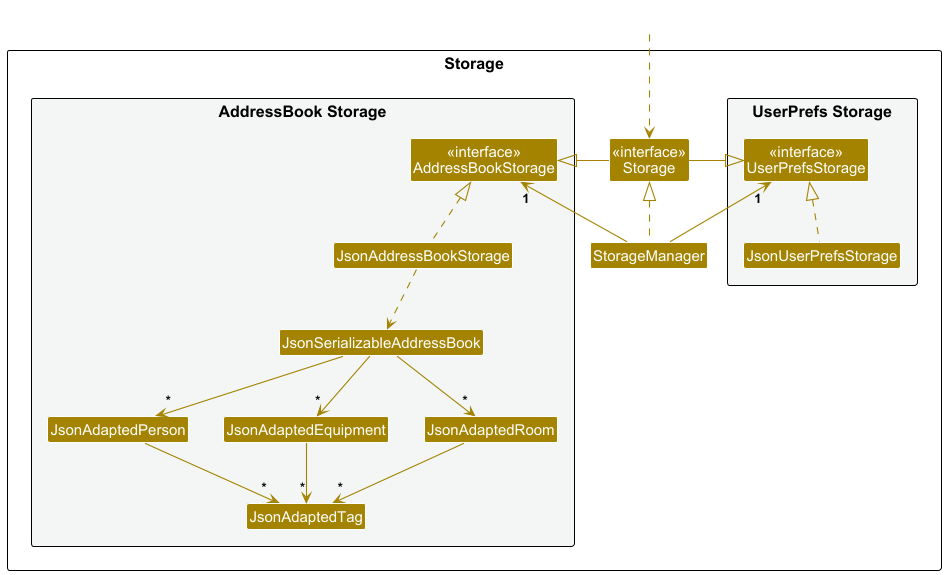
Above: docs/images/StorageClassDiagram.png in OnlyTheEnd/tp (PlantUML), before the change. Source of this version:
```plantuml
@startuml
!include style.puml
skinparam arrowThickness 1.1
skinparam arrowColor STORAGE_COLOR
skinparam classBackgroundColor STORAGE_COLOR

package Storage as StoragePackage {

package "UserPrefs Storage" #F4F6F6{
Class "<<interface>>\nUserPrefsStorage" as UserPrefsStorage
Class JsonUserPrefsStorage
}

Class "<<interface>>\nStorage" as Storage
Class StorageManager

package "AddressBook Storage" #F4F6F6{
Class "<<interface>>\nAddressBookStorage" as AddressBookStorage
Class JsonAddressBookStorage
Class JsonSerializableAddressBook
Class JsonAdaptedPerson
Class JsonAdaptedEquipment
Class JsonAdaptedRoom
Class JsonAdaptedTag
}

}

Class HiddenOutside #FFFFFF
HiddenOutside ..> Storage

StorageManager .up.|> Storage
StorageManager -up-> "1" UserPrefsStorage
StorageManager -up-> "1" AddressBookStorage

Storage -left-|> UserPrefsStorage
Storage -right-|> AddressBookStorage

JsonUserPrefsStorage .up.|> UserPrefsStorage
JsonAddressBookStorage .up.|> AddressBookStorage
JsonAddressBookStorage ..> JsonSerializableAddressBook
JsonSerializableAddressBook --> "*" JsonAdaptedPerson
JsonSerializableAddressBook --> "*" JsonAdaptedEquipment
JsonSerializableAddressBook --> "*" JsonAdaptedRoom
JsonAdaptedPerson --> "*" JsonAdaptedTag
JsonAdaptedEquipment --> "*" JsonAdaptedTag
JsonAdaptedRoom --> "*" JsonAdaptedTag

@enduml
```
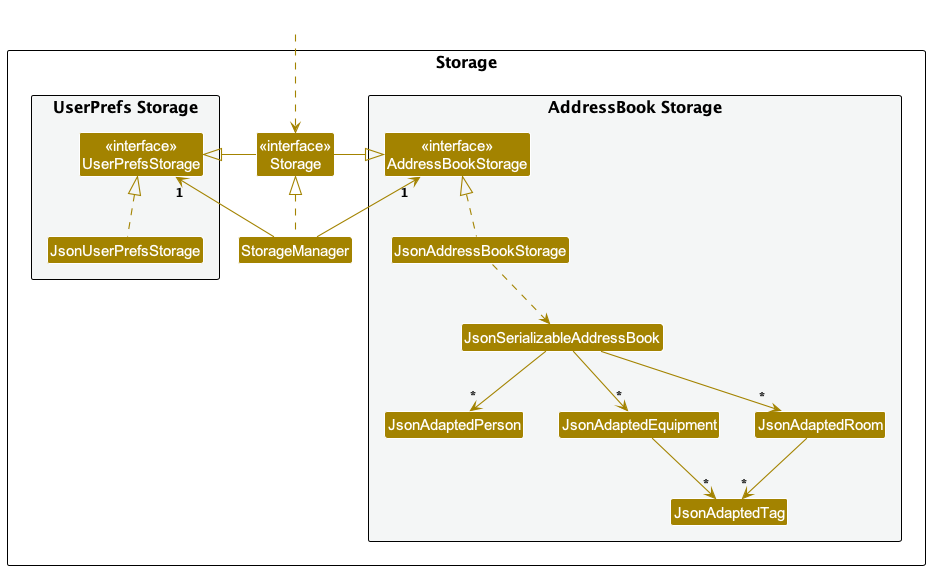
After the change.

What changed in the source:
```diff
@@ -42,7 +42,6 @@
 JsonSerializableAddressBook --> "*" JsonAdaptedPerson
 JsonSerializableAddressBook --> "*" JsonAdaptedEquipment
 JsonSerializableAddressBook --> "*" JsonAdaptedRoom
-JsonAdaptedPerson --> "*" JsonAdaptedTag
 JsonAdaptedEquipment --> "*" JsonAdaptedTag
 JsonAdaptedRoom --> "*" JsonAdaptedTag
 
```
